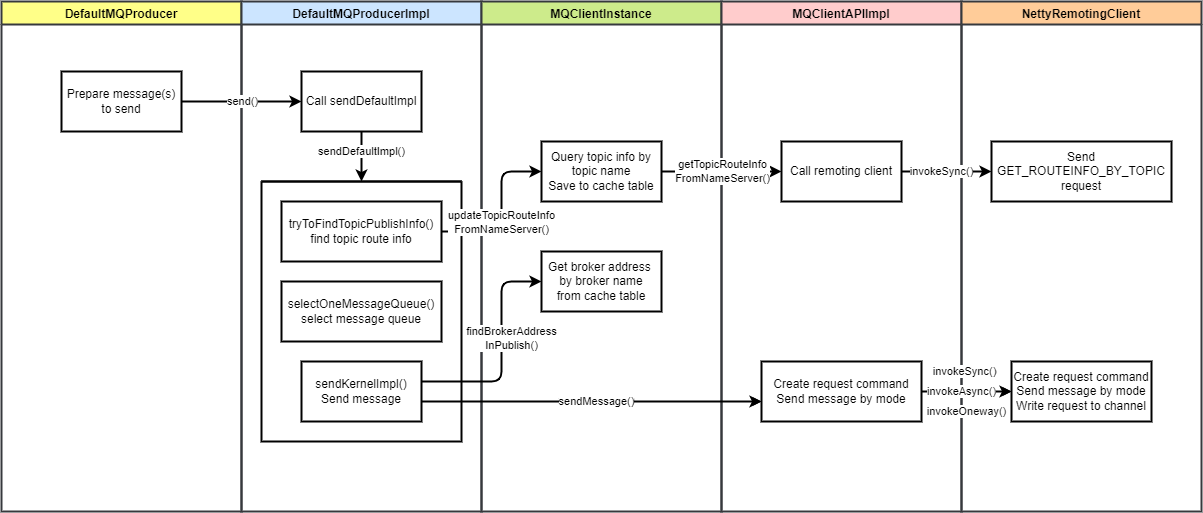
Above: assets/rocketmq_message_send.drawio.png in HScarb/knowledge (draw.io), before the change. Source tidied: cells renumbered, new cells last; positions are measured from the earlier drawing's top-left corner, leaving out a move shared by most shapes. The source it was exported from:
```xml
<mxGraphModel>
  <root>
    <mxCell id="0" />
    <mxCell id="1" parent="0" />
    <mxCell id="2" value="DefaultMQProducer" style="swimlane;strokeWidth=2;fillColor=#ffff88;strokeColor=#36393d;" parent="1" vertex="1">
      <mxGeometry width="240" height="510" as="geometry" />
    </mxCell>
    <mxCell id="3" value="Prepare message(s)&lt;br&gt;to send" style="rounded=0;whiteSpace=wrap;html=1;strokeWidth=2;" parent="2" vertex="1">
      <mxGeometry x="60" y="70" width="120" height="60" as="geometry" />
    </mxCell>
    <mxCell id="4" value="DefaultMQProducerImpl" style="swimlane;strokeWidth=2;fillColor=#cce5ff;strokeColor=#36393d;" parent="1" vertex="1">
      <mxGeometry x="240" width="240" height="510" as="geometry" />
    </mxCell>
    <mxCell id="5" value="Call sendDefaultImpl" style="rounded=0;whiteSpace=wrap;html=1;strokeWidth=2;" parent="4" vertex="1">
      <mxGeometry x="60" y="70" width="120" height="60" as="geometry" />
    </mxCell>
    <mxCell id="6" style="swimlane;startSize=0;strokeWidth=2;" parent="4" vertex="1">
      <mxGeometry x="20" y="180" width="200" height="260" as="geometry" />
    </mxCell>
    <mxCell id="7" value="tryToFindTopicPublishInfo()&lt;br&gt;find topic route info" style="rounded=0;whiteSpace=wrap;html=1;strokeWidth=2;" parent="6" vertex="1">
      <mxGeometry x="20" y="20" width="160" height="60" as="geometry" />
    </mxCell>
    <mxCell id="8" value="selectOneMessageQueue()&lt;br&gt;select message queue" style="rounded=0;whiteSpace=wrap;html=1;strokeWidth=2;" parent="6" vertex="1">
      <mxGeometry x="20" y="100" width="160" height="60" as="geometry" />
    </mxCell>
    <mxCell id="9" value="sendKernelImpl()&lt;br&gt;Send message" style="rounded=0;whiteSpace=wrap;html=1;strokeWidth=2;" parent="6" vertex="1">
      <mxGeometry x="40" y="180" width="120" height="60" as="geometry" />
    </mxCell>
    <mxCell id="10" style="edgeStyle=none;html=1;strokeWidth=2;" parent="4" edge="1" source="5" target="6">
      <mxGeometry relative="1" as="geometry" />
    </mxCell>
    <mxCell id="11" value="sendDefaultImpl()" style="edgeLabel;html=1;align=center;verticalAlign=middle;" parent="10" vertex="1">
      <mxGeometry x="-0.53" relative="1" as="geometry">
        <mxPoint y="8" as="offset" />
      </mxGeometry>
    </mxCell>
    <mxCell id="12" value="MQClientInstance" style="swimlane;strokeWidth=2;fillColor=#cdeb8b;strokeColor=#36393d;" parent="1" vertex="1">
      <mxGeometry x="480" width="240" height="510" as="geometry" />
    </mxCell>
    <mxCell id="13" value="Get broker address&amp;nbsp; by broker name&lt;br&gt;from cache table" style="rounded=0;whiteSpace=wrap;html=1;strokeWidth=2;" parent="12" vertex="1">
      <mxGeometry x="60" y="250" width="120" height="60" as="geometry" />
    </mxCell>
    <mxCell id="14" value="Query topic info by topic name&lt;br&gt;Save to cache table" style="rounded=0;whiteSpace=wrap;html=1;strokeWidth=2;" parent="12" vertex="1">
      <mxGeometry x="60" y="140" width="120" height="60" as="geometry" />
    </mxCell>
    <mxCell id="15" value="MQClientAPIImpl" style="swimlane;strokeWidth=2;fillColor=#ffcccc;strokeColor=#36393d;" parent="1" vertex="1">
      <mxGeometry x="720" width="240" height="510" as="geometry" />
    </mxCell>
    <mxCell id="16" value="Create request command&lt;br&gt;Send message by mode" style="rounded=0;whiteSpace=wrap;html=1;strokeWidth=2;" parent="15" vertex="1">
      <mxGeometry x="40" y="360" width="160" height="60" as="geometry" />
    </mxCell>
    <mxCell id="17" value="Call remoting client" style="rounded=0;whiteSpace=wrap;html=1;strokeWidth=2;" parent="15" vertex="1">
      <mxGeometry x="60" y="140" width="120" height="60" as="geometry" />
    </mxCell>
    <mxCell id="18" style="edgeStyle=none;html=1;strokeWidth=2;" parent="1" edge="1" source="3" target="5">
      <mxGeometry relative="1" as="geometry" />
    </mxCell>
    <mxCell id="19" value="send()" style="edgeLabel;html=1;align=center;verticalAlign=middle;" parent="18" vertex="1">
      <mxGeometry x="-0.25" y="-1" relative="1" as="geometry">
        <mxPoint x="15" y="-1" as="offset" />
      </mxGeometry>
    </mxCell>
    <mxCell id="20" style="edgeStyle=orthogonalEdgeStyle;html=1;strokeWidth=2;" parent="1" edge="1" source="9" target="13">
      <mxGeometry relative="1" as="geometry">
        <Array as="points">
          <mxPoint x="500" y="380" />
          <mxPoint x="500" y="280" />
        </Array>
      </mxGeometry>
    </mxCell>
    <mxCell id="21" value="findBrokerAddress&lt;br&gt;InPublish()" style="edgeLabel;html=1;align=center;verticalAlign=middle;" parent="20" vertex="1">
      <mxGeometry x="0.28" y="1" relative="1" as="geometry">
        <mxPoint x="11" y="18" as="offset" />
      </mxGeometry>
    </mxCell>
    <mxCell id="22" style="edgeStyle=orthogonalEdgeStyle;html=1;" parent="1" edge="1" source="9" target="16">
      <mxGeometry relative="1" as="geometry">
        <Array as="points">
          <mxPoint x="600" y="400" />
          <mxPoint x="600" y="400" />
        </Array>
      </mxGeometry>
    </mxCell>
    <mxCell id="23" value="sendMessage()" style="edgeLabel;html=1;align=center;verticalAlign=middle;" parent="22" vertex="1">
      <mxGeometry x="-0.6" y="2" relative="1" as="geometry">
        <mxPoint x="106" as="offset" />
      </mxGeometry>
    </mxCell>
    <mxCell id="24" value="NettyRemotingClient" style="swimlane;strokeWidth=2;fillColor=#ffcc99;strokeColor=#36393d;" parent="1" vertex="1">
      <mxGeometry x="960" width="240" height="510" as="geometry" />
    </mxCell>
    <mxCell id="25" value="Create request command&lt;br&gt;Send message by mode&lt;br&gt;Write request to channel" style="rounded=0;whiteSpace=wrap;html=1;strokeWidth=2;" parent="24" vertex="1">
      <mxGeometry x="50" y="360" width="140" height="60" as="geometry" />
    </mxCell>
    <mxCell id="26" value="invokeOneway()" style="edgeLabel;html=1;align=center;verticalAlign=middle;" parent="24" vertex="1">
      <mxGeometry x="5" y="410" as="geometry" />
    </mxCell>
    <mxCell id="27" value="Send GET_ROUTEINFO_BY_TOPIC&lt;br&gt;request" style="rounded=0;whiteSpace=wrap;html=1;strokeWidth=2;" parent="24" vertex="1">
      <mxGeometry x="30" y="140" width="180" height="60" as="geometry" />
    </mxCell>
    <mxCell id="28" style="edgeStyle=orthogonalEdgeStyle;html=1;" parent="1" edge="1" source="16" target="25">
      <mxGeometry relative="1" as="geometry" />
    </mxCell>
    <mxCell id="29" value="invokeSync()" style="edgeLabel;html=1;align=center;verticalAlign=middle;" parent="28" vertex="1">
      <mxGeometry x="-0.35" y="3" relative="1" as="geometry">
        <mxPoint x="14" y="-17" as="offset" />
      </mxGeometry>
    </mxCell>
    <mxCell id="30" style="edgeStyle=orthogonalEdgeStyle;html=1;strokeWidth=2;" parent="1" edge="1">
      <mxGeometry relative="1" as="geometry">
        <mxPoint x="920" y="390" as="sourcePoint" />
        <mxPoint x="1010" y="390" as="targetPoint" />
      </mxGeometry>
    </mxCell>
    <mxCell id="31" value="invokeSync()" style="edgeLabel;html=1;align=center;verticalAlign=middle;" parent="30" vertex="1">
      <mxGeometry x="-0.35" y="3" relative="1" as="geometry">
        <mxPoint x="14" y="-17" as="offset" />
      </mxGeometry>
    </mxCell>
    <mxCell id="32" style="edgeStyle=orthogonalEdgeStyle;html=1;strokeWidth=2;" parent="1" edge="1">
      <mxGeometry relative="1" as="geometry">
        <mxPoint x="420" y="400" as="sourcePoint" />
        <mxPoint x="760" y="400" as="targetPoint" />
        <Array as="points">
          <mxPoint x="600" y="400" />
          <mxPoint x="600" y="400" />
        </Array>
      </mxGeometry>
    </mxCell>
    <mxCell id="33" value="sendMessage()" style="edgeLabel;html=1;align=center;verticalAlign=middle;" parent="32" vertex="1">
      <mxGeometry x="-0.6" y="2" relative="1" as="geometry">
        <mxPoint x="106" y="2" as="offset" />
      </mxGeometry>
    </mxCell>
    <mxCell id="34" value="invokeAsync()" style="edgeLabel;html=1;align=center;verticalAlign=middle;" parent="1" vertex="1">
      <mxGeometry x="960" y="390" as="geometry" />
    </mxCell>
    <mxCell id="35" style="edgeStyle=orthogonalEdgeStyle;html=1;strokeWidth=2;" parent="1" edge="1" source="7" target="14">
      <mxGeometry relative="1" as="geometry">
        <Array as="points">
          <mxPoint x="500" y="230" />
          <mxPoint x="500" y="170" />
        </Array>
      </mxGeometry>
    </mxCell>
    <mxCell id="36" value="updateTopicRouteInfo&lt;br&gt;FromNameServer()" style="edgeLabel;html=1;align=center;verticalAlign=middle;" parent="35" vertex="1">
      <mxGeometry x="-0.19" y="1" relative="1" as="geometry">
        <mxPoint x="1" y="-5" as="offset" />
      </mxGeometry>
    </mxCell>
    <mxCell id="37" style="edgeStyle=orthogonalEdgeStyle;html=1;strokeWidth=2;" parent="1" edge="1" source="14" target="17">
      <mxGeometry relative="1" as="geometry" />
    </mxCell>
    <mxCell id="38" value="getTopicRouteInfo&lt;br&gt;FromNameServer()" style="edgeLabel;html=1;align=center;verticalAlign=middle;" parent="37" vertex="1">
      <mxGeometry x="-0.23" y="2" relative="1" as="geometry">
        <mxPoint x="14" y="2" as="offset" />
      </mxGeometry>
    </mxCell>
    <mxCell id="39" style="edgeStyle=orthogonalEdgeStyle;html=1;strokeWidth=2;" parent="1" edge="1" source="17" target="27">
      <mxGeometry relative="1" as="geometry" />
    </mxCell>
    <mxCell id="40" value="invokeSync()" style="edgeLabel;html=1;align=center;verticalAlign=middle;" parent="39" vertex="1">
      <mxGeometry x="-0.38" y="-1" relative="1" as="geometry">
        <mxPoint x="12" y="-1" as="offset" />
      </mxGeometry>
    </mxCell>
  </root>
</mxGraphModel>
```
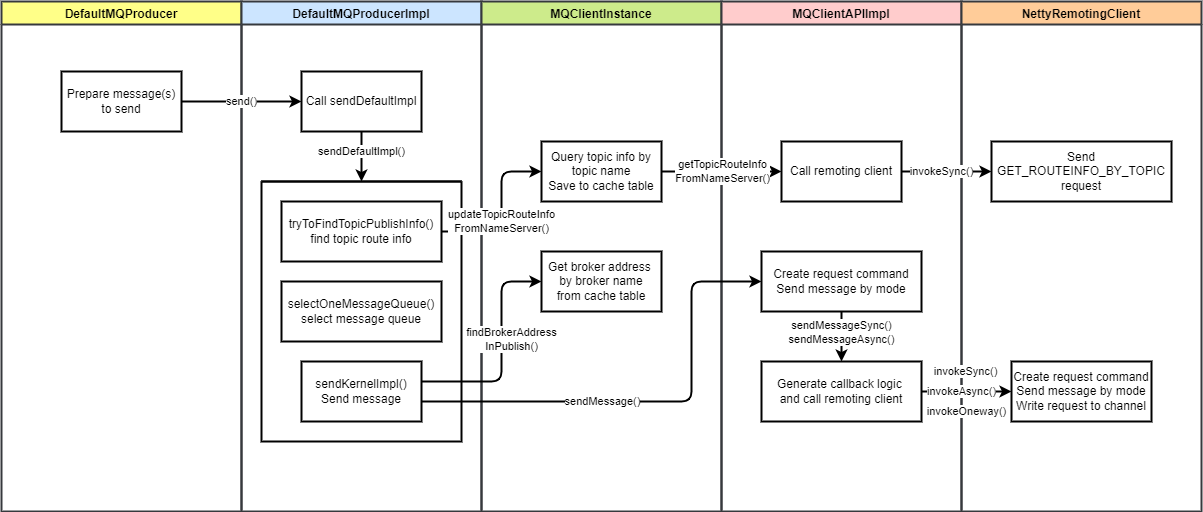
The same file after the commit.

Commit message:
Update send message

The edit, as a diff of the source:
```diff
@@ -46,12 +46,23 @@
     <mxCell id="15" value="MQClientAPIImpl" style="swimlane;strokeWidth=2;fillColor=#ffcccc;strokeColor=#36393d;" parent="1" vertex="1">
       <mxGeometry x="720" width="240" height="510" as="geometry" />
     </mxCell>
+    <mxCell id="41" style="edgeStyle=none;html=1;strokeWidth=2;" parent="15" edge="1" source="16" target="43">
+      <mxGeometry relative="1" as="geometry" />
+    </mxCell>
+    <mxCell id="42" value="sendMessageSync()&lt;br&gt;sendMessageAsync()" style="edgeLabel;html=1;align=center;verticalAlign=middle;" parent="41" vertex="1">
+      <mxGeometry x="-0.27" y="1" relative="1" as="geometry">
+        <mxPoint x="-1" y="2" as="offset" />
+      </mxGeometry>
+    </mxCell>
     <mxCell id="16" value="Create request command&lt;br&gt;Send message by mode" style="rounded=0;whiteSpace=wrap;html=1;strokeWidth=2;" parent="15" vertex="1">
-      <mxGeometry x="40" y="360" width="160" height="60" as="geometry" />
+      <mxGeometry x="40" y="250" width="160" height="60" as="geometry" />
     </mxCell>
     <mxCell id="17" value="Call remoting client" style="rounded=0;whiteSpace=wrap;html=1;strokeWidth=2;" parent="15" vertex="1">
       <mxGeometry x="60" y="140" width="120" height="60" as="geometry" />
     </mxCell>
+    <mxCell id="43" value="Generate callback logic &lt;br&gt;and call remoting client" style="rounded=0;whiteSpace=wrap;html=1;strokeWidth=2;" parent="15" vertex="1">
+      <mxGeometry x="40" y="360" width="160" height="60" as="geometry" />
+    </mxCell>
     <mxCell id="18" style="edgeStyle=none;html=1;strokeWidth=2;" parent="1" edge="1" source="3" target="5">
       <mxGeometry relative="1" as="geometry" />
     </mxCell>
@@ -73,19 +84,6 @@
         <mxPoint x="11" y="18" as="offset" />
       </mxGeometry>
     </mxCell>
-    <mxCell id="22" style="edgeStyle=orthogonalEdgeStyle;html=1;" parent="1" edge="1" source="9" target="16">
-      <mxGeometry relative="1" as="geometry">
-        <Array as="points">
-          <mxPoint x="600" y="400" />
-          <mxPoint x="600" y="400" />
-        </Array>
-      </mxGeometry>
-    </mxCell>
-    <mxCell id="23" value="sendMessage()" style="edgeLabel;html=1;align=center;verticalAlign=middle;" parent="22" vertex="1">
-      <mxGeometry x="-0.6" y="2" relative="1" as="geometry">
-        <mxPoint x="106" as="offset" />
-      </mxGeometry>
-    </mxCell>
     <mxCell id="24" value="NettyRemotingClient" style="swimlane;strokeWidth=2;fillColor=#ffcc99;strokeColor=#36393d;" parent="1" vertex="1">
       <mxGeometry x="960" width="240" height="510" as="geometry" />
     </mxCell>
@@ -98,17 +96,8 @@
     <mxCell id="27" value="Send GET_ROUTEINFO_BY_TOPIC&lt;br&gt;request" style="rounded=0;whiteSpace=wrap;html=1;strokeWidth=2;" parent="24" vertex="1">
       <mxGeometry x="30" y="140" width="180" height="60" as="geometry" />
     </mxCell>
-    <mxCell id="28" style="edgeStyle=orthogonalEdgeStyle;html=1;" parent="1" edge="1" source="16" target="25">
-      <mxGeometry relative="1" as="geometry" />
-    </mxCell>
-    <mxCell id="29" value="invokeSync()" style="edgeLabel;html=1;align=center;verticalAlign=middle;" parent="28" vertex="1">
-      <mxGeometry x="-0.35" y="3" relative="1" as="geometry">
-        <mxPoint x="14" y="-17" as="offset" />
-      </mxGeometry>
-    </mxCell>
-    <mxCell id="30" style="edgeStyle=orthogonalEdgeStyle;html=1;strokeWidth=2;" parent="1" edge="1">
+    <mxCell id="30" style="edgeStyle=orthogonalEdgeStyle;html=1;strokeWidth=2;" parent="1" edge="1" source="43">
       <mxGeometry relative="1" as="geometry">
-        <mxPoint x="920" y="390" as="sourcePoint" />
         <mxPoint x="1010" y="390" as="targetPoint" />
       </mxGeometry>
     </mxCell>
@@ -117,19 +106,18 @@
         <mxPoint x="14" y="-17" as="offset" />
       </mxGeometry>
     </mxCell>
-    <mxCell id="32" style="edgeStyle=orthogonalEdgeStyle;html=1;strokeWidth=2;" parent="1" edge="1">
+    <mxCell id="32" style="edgeStyle=orthogonalEdgeStyle;html=1;strokeWidth=2;" parent="1" edge="1" target="16">
       <mxGeometry relative="1" as="geometry">
         <mxPoint x="420" y="400" as="sourcePoint" />
-        <mxPoint x="760" y="400" as="targetPoint" />
         <Array as="points">
-          <mxPoint x="600" y="400" />
-          <mxPoint x="600" y="400" />
+          <mxPoint x="690" y="400" />
+          <mxPoint x="690" y="280" />
         </Array>
       </mxGeometry>
     </mxCell>
     <mxCell id="33" value="sendMessage()" style="edgeLabel;html=1;align=center;verticalAlign=middle;" parent="32" vertex="1">
       <mxGeometry x="-0.6" y="2" relative="1" as="geometry">
-        <mxPoint x="106" y="2" as="offset" />
+        <mxPoint x="88" y="2" as="offset" />
       </mxGeometry>
     </mxCell>
     <mxCell id="34" value="invokeAsync()" style="edgeLabel;html=1;align=center;verticalAlign=middle;" parent="1" vertex="1">
```
